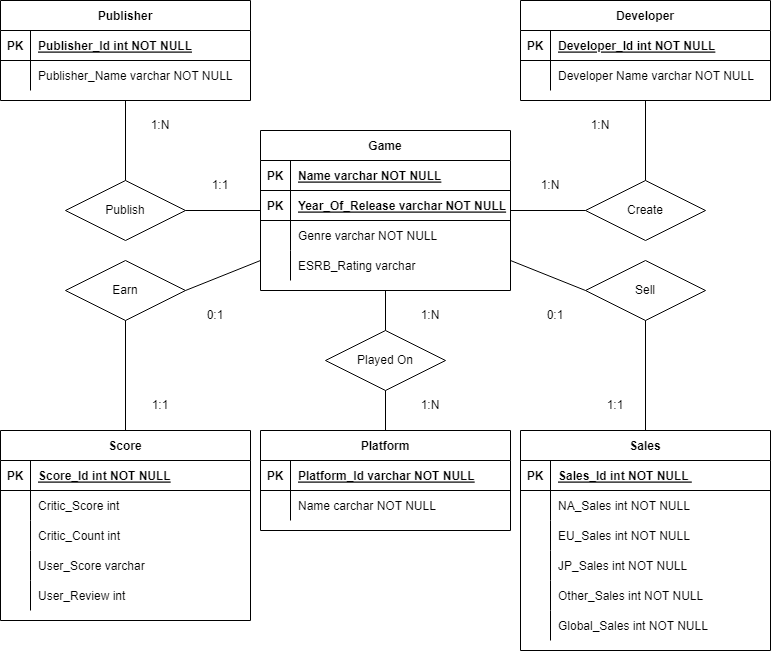
The draw.io diagram ER Diagram2.png in joshreed114/CSC325-Term_Project, before a commit. Source tidied: cells renumbered, new cells last; positions are measured from the earlier drawing's top-left corner, leaving out a move shared by most shapes.
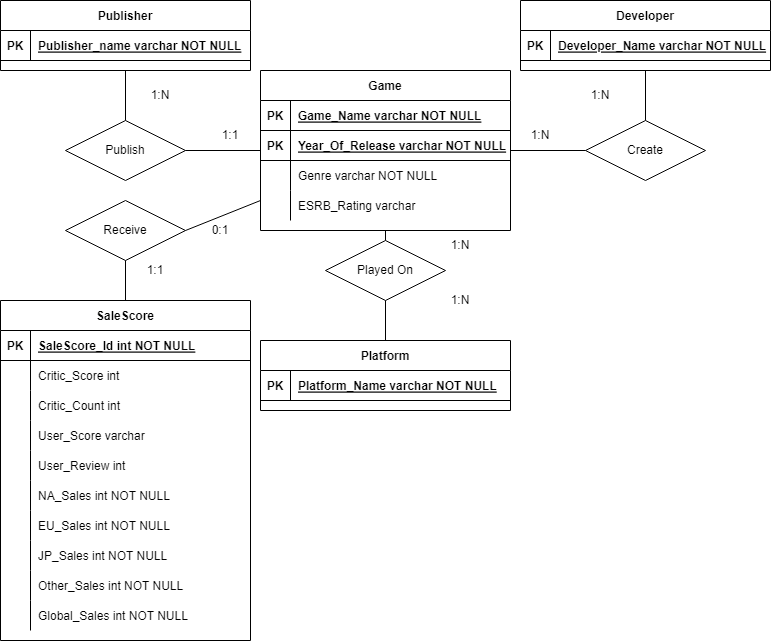
The same diagram one commit later.

What changed in the source:
```diff
@@ -5,3 +5,3 @@
     <mxCell id="2" value="Publisher" style="shape=table;startSize=30;rowLines=0;fontStyle=1;align=center;" parent="1" vertex="1">
-      <mxGeometry width="250" height="100" as="geometry" />
+      <mxGeometry width="250" height="70" as="geometry" />
     </mxCell>
@@ -13,16 +13,7 @@
     </mxCell>
-    <mxCell id="5" value="Publisher_Id int NOT NULL" style="shape=partialRectangle;overflow=hidden;fillColor=none;top=0;left=0;bottom=0;right=0;align=left;spacingLeft=6;fontStyle=5;" parent="3" vertex="1">
+    <mxCell id="5" value="Publisher_name varchar NOT NULL" style="shape=partialRectangle;overflow=hidden;fillColor=none;top=0;left=0;bottom=0;right=0;align=left;spacingLeft=6;fontStyle=5;" parent="3" vertex="1">
       <mxGeometry x="30" width="220" height="30" as="geometry" />
     </mxCell>
-    <mxCell id="6" style="shape=partialRectangle;fillColor=none;top=0;left=0;right=0;bottom=0;" parent="2" vertex="1">
-      <mxGeometry y="60" width="250" height="30" as="geometry" />
-    </mxCell>
-    <mxCell id="7" style="shape=partialRectangle;overflow=hidden;fillColor=none;top=0;left=0;bottom=0;right=0;" parent="6" vertex="1">
-      <mxGeometry width="30" height="30" as="geometry" />
-    </mxCell>
-    <mxCell id="8" value="Publisher_Name varchar NOT NULL" style="shape=partialRectangle;overflow=hidden;fillColor=none;top=0;left=0;bottom=0;right=0;align=left;spacingLeft=6;" parent="6" vertex="1">
-      <mxGeometry x="30" width="220" height="30" as="geometry" />
-    </mxCell>
     <mxCell id="9" value="Developer" style="shape=table;startSize=30;rowLines=0;fontStyle=1;align=center;" parent="1" vertex="1">
-      <mxGeometry x="520" width="250" height="100" as="geometry" />
+      <mxGeometry x="520" width="250" height="70" as="geometry" />
     </mxCell>
@@ -34,16 +25,7 @@
     </mxCell>
-    <mxCell id="12" value="Developer_Id int NOT NULL" style="shape=partialRectangle;overflow=hidden;fillColor=none;top=0;left=0;bottom=0;right=0;align=left;spacingLeft=6;fontStyle=5;" parent="10" vertex="1">
+    <mxCell id="12" value="Developer_Name varchar NOT NULL" style="shape=partialRectangle;overflow=hidden;fillColor=none;top=0;left=0;bottom=0;right=0;align=left;spacingLeft=6;fontStyle=5;" parent="10" vertex="1">
       <mxGeometry x="30" width="220" height="30" as="geometry" />
     </mxCell>
-    <mxCell id="13" style="shape=partialRectangle;fillColor=none;top=0;left=0;right=0;bottom=0;" parent="9" vertex="1">
-      <mxGeometry y="60" width="250" height="30" as="geometry" />
-    </mxCell>
-    <mxCell id="14" style="shape=partialRectangle;overflow=hidden;fillColor=none;top=0;left=0;bottom=0;right=0;" parent="13" vertex="1">
-      <mxGeometry width="30" height="30" as="geometry" />
-    </mxCell>
-    <mxCell id="15" value="Developer Name varchar NOT NULL" style="shape=partialRectangle;overflow=hidden;fillColor=none;top=0;left=0;bottom=0;right=0;align=left;spacingLeft=6;" parent="13" vertex="1">
-      <mxGeometry x="30" width="220" height="30" as="geometry" />
-    </mxCell>
     <mxCell id="16" value="Platform" style="shape=table;startSize=30;rowLines=0;fontStyle=1;align=center;" parent="1" vertex="1">
-      <mxGeometry x="260" y="430" width="250" height="100" as="geometry" />
+      <mxGeometry x="260" y="340" width="250" height="70" as="geometry" />
     </mxCell>
@@ -55,16 +37,7 @@
     </mxCell>
-    <mxCell id="19" value="Platform_Id varchar NOT NULL" style="shape=partialRectangle;overflow=hidden;fillColor=none;top=0;left=0;bottom=0;right=0;align=left;spacingLeft=6;fontStyle=5;" parent="17" vertex="1">
+    <mxCell id="19" value="Platform_Name varchar NOT NULL" style="shape=partialRectangle;overflow=hidden;fillColor=none;top=0;left=0;bottom=0;right=0;align=left;spacingLeft=6;fontStyle=5;" parent="17" vertex="1">
       <mxGeometry x="30" width="220" height="30" as="geometry" />
     </mxCell>
-    <mxCell id="20" style="shape=partialRectangle;fillColor=none;top=0;left=0;right=0;bottom=0;" parent="16" vertex="1">
-      <mxGeometry y="60" width="250" height="30" as="geometry" />
-    </mxCell>
-    <mxCell id="21" style="shape=partialRectangle;overflow=hidden;fillColor=none;top=0;left=0;bottom=0;right=0;" parent="20" vertex="1">
-      <mxGeometry width="30" height="30" as="geometry" />
-    </mxCell>
-    <mxCell id="22" value="Name carchar NOT NULL" style="shape=partialRectangle;overflow=hidden;fillColor=none;top=0;left=0;bottom=0;right=0;align=left;spacingLeft=6;" parent="20" vertex="1">
-      <mxGeometry x="30" width="220" height="30" as="geometry" />
-    </mxCell>
     <mxCell id="23" value="Game" style="shape=table;startSize=30;rowLines=0;fontStyle=1;align=center;" parent="1" vertex="1">
-      <mxGeometry x="260" y="130" width="250" height="160" as="geometry" />
+      <mxGeometry x="260" y="70" width="250" height="160" as="geometry" />
     </mxCell>
@@ -76,3 +49,3 @@
     </mxCell>
-    <mxCell id="26" value="Name varchar NOT NULL" style="shape=partialRectangle;overflow=hidden;fillColor=none;top=0;left=0;bottom=0;right=0;align=left;spacingLeft=6;fontStyle=5;" parent="24" vertex="1">
+    <mxCell id="26" value="Game_Name varchar NOT NULL" style="shape=partialRectangle;overflow=hidden;fillColor=none;top=0;left=0;bottom=0;right=0;align=left;spacingLeft=6;fontStyle=5;" parent="24" vertex="1">
       <mxGeometry x="30" width="220" height="30" as="geometry" />
@@ -82,5 +55,5 @@
     </mxCell>
-    <mxCell id="28" value="PK" style="shape=partialRectangle;overflow=hidden;fillColor=none;top=0;left=0;bottom=0;right=0;fontStyle=1;" parent="27" vertex="1">
-      <mxGeometry width="30" height="30" as="geometry" />
-    </mxCell>
+    <mxCell id="96" value="PK" style="shape=partialRectangle;overflow=hidden;fillColor=none;top=0;left=0;bottom=0;right=0;fontStyle=1;" parent="27" vertex="1">
+      <mxGeometry width="30" height="30" as="geometry" />
+    </mxCell>
     <mxCell id="29" value="Year_Of_Release varchar NOT NULL" style="shape=partialRectangle;overflow=hidden;fillColor=none;top=0;left=0;bottom=0;right=0;align=left;spacingLeft=6;fontStyle=5;" parent="27" vertex="1">
@@ -106,61 +79,4 @@
     </mxCell>
-    <mxCell id="36" value="Sales" style="shape=table;startSize=30;rowLines=0;fontStyle=1;align=center;" parent="1" vertex="1">
-      <mxGeometry x="520" y="430" width="250" height="220" as="geometry" />
-    </mxCell>
-    <mxCell id="37" style="shape=partialRectangle;fillColor=none;top=0;left=0;right=0;bottom=1;" parent="36" vertex="1">
-      <mxGeometry y="30" width="250" height="30" as="geometry" />
-    </mxCell>
-    <mxCell id="38" value="PK" style="shape=partialRectangle;overflow=hidden;fillColor=none;top=0;left=0;bottom=0;right=0;fontStyle=1;" parent="37" vertex="1">
-      <mxGeometry width="30" height="30" as="geometry" />
-    </mxCell>
-    <mxCell id="39" value="Sales_Id int NOT NULL " style="shape=partialRectangle;overflow=hidden;fillColor=none;top=0;left=0;bottom=0;right=0;align=left;spacingLeft=6;fontStyle=5;" parent="37" vertex="1">
-      <mxGeometry x="30" width="220" height="30" as="geometry" />
-    </mxCell>
-    <mxCell id="40" style="shape=partialRectangle;fillColor=none;top=0;left=0;right=0;bottom=0;" parent="36" vertex="1">
-      <mxGeometry y="60" width="250" height="30" as="geometry" />
-    </mxCell>
-    <mxCell id="41" style="shape=partialRectangle;overflow=hidden;fillColor=none;top=0;left=0;bottom=0;right=0;" parent="40" vertex="1">
-      <mxGeometry width="30" height="30" as="geometry" />
-    </mxCell>
-    <mxCell id="42" value="NA_Sales int NOT NULL" style="shape=partialRectangle;overflow=hidden;fillColor=none;top=0;left=0;bottom=0;right=0;align=left;spacingLeft=6;" parent="40" vertex="1">
-      <mxGeometry x="30" width="220" height="30" as="geometry" />
-    </mxCell>
-    <mxCell id="43" style="shape=partialRectangle;fillColor=none;top=0;left=0;right=0;bottom=0;" parent="36" vertex="1">
-      <mxGeometry y="90" width="250" height="30" as="geometry" />
-    </mxCell>
-    <mxCell id="44" style="shape=partialRectangle;overflow=hidden;fillColor=none;top=0;left=0;bottom=0;right=0;" parent="43" vertex="1">
-      <mxGeometry width="30" height="30" as="geometry" />
-    </mxCell>
-    <mxCell id="45" value="EU_Sales int NOT NULL" style="shape=partialRectangle;overflow=hidden;fillColor=none;top=0;left=0;bottom=0;right=0;align=left;spacingLeft=6;" parent="43" vertex="1">
-      <mxGeometry x="30" width="220" height="30" as="geometry" />
-    </mxCell>
-    <mxCell id="46" style="shape=partialRectangle;fillColor=none;top=0;left=0;right=0;bottom=0;" parent="36" vertex="1">
-      <mxGeometry y="120" width="250" height="30" as="geometry" />
-    </mxCell>
-    <mxCell id="47" style="shape=partialRectangle;overflow=hidden;fillColor=none;top=0;left=0;bottom=0;right=0;" parent="46" vertex="1">
-      <mxGeometry width="30" height="30" as="geometry" />
-    </mxCell>
-    <mxCell id="48" value="JP_Sales int NOT NULL" style="shape=partialRectangle;overflow=hidden;fillColor=none;top=0;left=0;bottom=0;right=0;align=left;spacingLeft=6;" parent="46" vertex="1">
-      <mxGeometry x="30" width="220" height="30" as="geometry" />
-    </mxCell>
-    <mxCell id="49" style="shape=partialRectangle;fillColor=none;top=0;left=0;right=0;bottom=0;" parent="36" vertex="1">
-      <mxGeometry y="150" width="250" height="30" as="geometry" />
-    </mxCell>
-    <mxCell id="50" style="shape=partialRectangle;overflow=hidden;fillColor=none;top=0;left=0;bottom=0;right=0;" parent="49" vertex="1">
-      <mxGeometry width="30" height="30" as="geometry" />
-    </mxCell>
-    <mxCell id="51" value="Other_Sales int NOT NULL" style="shape=partialRectangle;overflow=hidden;fillColor=none;top=0;left=0;bottom=0;right=0;align=left;spacingLeft=6;" parent="49" vertex="1">
-      <mxGeometry x="30" width="220" height="30" as="geometry" />
-    </mxCell>
-    <mxCell id="52" style="shape=partialRectangle;fillColor=none;top=0;left=0;right=0;bottom=0;" parent="36" vertex="1">
-      <mxGeometry y="180" width="250" height="30" as="geometry" />
-    </mxCell>
-    <mxCell id="53" style="shape=partialRectangle;overflow=hidden;fillColor=none;top=0;left=0;bottom=0;right=0;" parent="52" vertex="1">
-      <mxGeometry width="30" height="30" as="geometry" />
-    </mxCell>
-    <mxCell id="54" value="Global_Sales int NOT NULL" style="shape=partialRectangle;overflow=hidden;fillColor=none;top=0;left=0;bottom=0;right=0;align=left;spacingLeft=6;" parent="52" vertex="1">
-      <mxGeometry x="30" width="220" height="30" as="geometry" />
-    </mxCell>
-    <mxCell id="55" value="Score" style="shape=table;startSize=30;rowLines=0;fontStyle=1;align=center;" parent="1" vertex="1">
-      <mxGeometry y="430" width="250" height="190" as="geometry" />
+    <mxCell id="55" value="SaleScore" style="shape=table;startSize=30;rowLines=0;fontStyle=1;align=center;" parent="1" vertex="1">
+      <mxGeometry y="300" width="250" height="340" as="geometry" />
     </mxCell>
@@ -172,3 +88,3 @@
     </mxCell>
-    <mxCell id="58" value="Score_Id int NOT NULL" style="shape=partialRectangle;overflow=hidden;fillColor=none;top=0;left=0;bottom=0;right=0;align=left;spacingLeft=6;fontStyle=5;" parent="56" vertex="1">
+    <mxCell id="58" value="SaleScore_Id int NOT NULL" style="shape=partialRectangle;overflow=hidden;fillColor=none;top=0;left=0;bottom=0;right=0;align=left;spacingLeft=6;fontStyle=5;" parent="56" vertex="1">
       <mxGeometry x="30" width="220" height="30" as="geometry" />
@@ -211,4 +127,49 @@
     </mxCell>
+    <mxCell id="52" style="shape=partialRectangle;fillColor=none;top=0;left=0;right=0;bottom=0;" parent="55" vertex="1">
+      <mxGeometry y="180" width="250" height="30" as="geometry" />
+    </mxCell>
+    <mxCell id="97" style="shape=partialRectangle;overflow=hidden;fillColor=none;top=0;left=0;bottom=0;right=0;" parent="52" vertex="1">
+      <mxGeometry width="30" height="30" as="geometry" />
+    </mxCell>
+    <mxCell id="42" value="NA_Sales int NOT NULL" style="shape=partialRectangle;overflow=hidden;fillColor=none;top=0;left=0;bottom=0;right=0;align=left;spacingLeft=6;" parent="52" vertex="1">
+      <mxGeometry x="30" width="220" height="30" as="geometry" />
+    </mxCell>
+    <mxCell id="98" style="shape=partialRectangle;fillColor=none;top=0;left=0;right=0;bottom=0;" parent="55" vertex="1">
+      <mxGeometry y="210" width="250" height="30" as="geometry" />
+    </mxCell>
+    <mxCell id="99" style="shape=partialRectangle;overflow=hidden;fillColor=none;top=0;left=0;bottom=0;right=0;" parent="98" vertex="1">
+      <mxGeometry width="30" height="30" as="geometry" />
+    </mxCell>
+    <mxCell id="45" value="EU_Sales int NOT NULL" style="shape=partialRectangle;overflow=hidden;fillColor=none;top=0;left=0;bottom=0;right=0;align=left;spacingLeft=6;" parent="98" vertex="1">
+      <mxGeometry x="30" width="220" height="30" as="geometry" />
+    </mxCell>
+    <mxCell id="100" style="shape=partialRectangle;fillColor=none;top=0;left=0;right=0;bottom=0;" parent="55" vertex="1">
+      <mxGeometry y="240" width="250" height="30" as="geometry" />
+    </mxCell>
+    <mxCell id="101" style="shape=partialRectangle;overflow=hidden;fillColor=none;top=0;left=0;bottom=0;right=0;" parent="100" vertex="1">
+      <mxGeometry width="30" height="30" as="geometry" />
+    </mxCell>
+    <mxCell id="48" value="JP_Sales int NOT NULL" style="shape=partialRectangle;overflow=hidden;fillColor=none;top=0;left=0;bottom=0;right=0;align=left;spacingLeft=6;" parent="100" vertex="1">
+      <mxGeometry x="30" width="220" height="30" as="geometry" />
+    </mxCell>
+    <mxCell id="102" style="shape=partialRectangle;fillColor=none;top=0;left=0;right=0;bottom=0;" parent="55" vertex="1">
+      <mxGeometry y="270" width="250" height="30" as="geometry" />
+    </mxCell>
+    <mxCell id="103" style="shape=partialRectangle;overflow=hidden;fillColor=none;top=0;left=0;bottom=0;right=0;" parent="102" vertex="1">
+      <mxGeometry width="30" height="30" as="geometry" />
+    </mxCell>
+    <mxCell id="51" value="Other_Sales int NOT NULL" style="shape=partialRectangle;overflow=hidden;fillColor=none;top=0;left=0;bottom=0;right=0;align=left;spacingLeft=6;" parent="102" vertex="1">
+      <mxGeometry x="30" width="220" height="30" as="geometry" />
+    </mxCell>
+    <mxCell id="104" style="shape=partialRectangle;fillColor=none;top=0;left=0;right=0;bottom=0;" parent="55" vertex="1">
+      <mxGeometry y="300" width="250" height="30" as="geometry" />
+    </mxCell>
+    <mxCell id="105" style="shape=partialRectangle;overflow=hidden;fillColor=none;top=0;left=0;bottom=0;right=0;" parent="104" vertex="1">
+      <mxGeometry width="30" height="30" as="geometry" />
+    </mxCell>
+    <mxCell id="54" value="Global_Sales int NOT NULL" style="shape=partialRectangle;overflow=hidden;fillColor=none;top=0;left=0;bottom=0;right=0;align=left;spacingLeft=6;" parent="104" vertex="1">
+      <mxGeometry x="30" width="220" height="30" as="geometry" />
+    </mxCell>
     <mxCell id="71" value="Publish" style="rhombus;whiteSpace=wrap;html=1;" parent="1" vertex="1">
-      <mxGeometry x="65" y="180" width="120" height="60" as="geometry" />
+      <mxGeometry x="65" y="120" width="120" height="60" as="geometry" />
     </mxCell>
@@ -221,3 +182,3 @@
     <mxCell id="74" value="Create" style="rhombus;whiteSpace=wrap;html=1;" parent="1" vertex="1">
-      <mxGeometry x="585" y="180" width="120" height="60" as="geometry" />
+      <mxGeometry x="585" y="120" width="120" height="60" as="geometry" />
     </mxCell>
@@ -229,11 +190,8 @@
     </mxCell>
-    <mxCell id="77" value="Earn" style="rhombus;whiteSpace=wrap;html=1;" parent="1" vertex="1">
-      <mxGeometry x="65" y="260" width="120" height="60" as="geometry" />
+    <mxCell id="77" value="Receive" style="rhombus;whiteSpace=wrap;html=1;" parent="1" vertex="1">
+      <mxGeometry x="65" y="200" width="120" height="60" as="geometry" />
     </mxCell>
     <mxCell id="78" value="Played On" style="rhombus;whiteSpace=wrap;html=1;" parent="1" vertex="1">
-      <mxGeometry x="325" y="330" width="120" height="60" as="geometry" />
+      <mxGeometry x="325" y="240" width="120" height="60" as="geometry" />
     </mxCell>
-    <mxCell id="79" value="Sell" style="rhombus;whiteSpace=wrap;html=1;" parent="1" vertex="1">
-      <mxGeometry x="585" y="260" width="120" height="60" as="geometry" />
-    </mxCell>
     <mxCell id="80" style="endArrow=none;html=1;rounded=0;exitX=0.5;exitY=0;exitDx=0;exitDy=0;" parent="1" edge="1" source="78" target="23">
@@ -244,5 +202,2 @@
     </mxCell>
-    <mxCell id="82" style="endArrow=none;html=1;rounded=0;exitX=0;exitY=0.5;exitDx=0;exitDy=0;" parent="1" edge="1" source="79" target="23">
-      <mxGeometry relative="1" as="geometry" />
-    </mxCell>
     <mxCell id="83" style="endArrow=none;html=1;rounded=0;entryX=0.5;entryY=1;entryDx=0;entryDy=0;" parent="1" edge="1" source="55" target="77">
@@ -253,34 +208,25 @@
     </mxCell>
-    <mxCell id="85" style="endArrow=none;html=1;rounded=0;entryX=0.5;entryY=1;entryDx=0;entryDy=0;" parent="1" edge="1" source="36" target="79">
-      <mxGeometry relative="1" as="geometry" />
-    </mxCell>
     <mxCell id="86" value="1:1" style="text;html=1;strokeColor=none;fillColor=none;align=center;verticalAlign=middle;whiteSpace=wrap;rounded=0;" parent="1" vertex="1">
-      <mxGeometry x="190" y="170" width="60" height="30" as="geometry" />
+      <mxGeometry x="200" y="120" width="60" height="30" as="geometry" />
     </mxCell>
     <mxCell id="87" value="1:N" style="text;html=1;strokeColor=none;fillColor=none;align=center;verticalAlign=middle;whiteSpace=wrap;rounded=0;" parent="1" vertex="1">
-      <mxGeometry x="130" y="110" width="60" height="30" as="geometry" />
+      <mxGeometry x="130" y="80" width="60" height="30" as="geometry" />
     </mxCell>
     <mxCell id="88" value="1:N" style="text;html=1;strokeColor=none;fillColor=none;align=center;verticalAlign=middle;whiteSpace=wrap;rounded=0;" parent="1" vertex="1">
-      <mxGeometry x="570" y="110" width="60" height="30" as="geometry" />
+      <mxGeometry x="570" y="80" width="60" height="30" as="geometry" />
     </mxCell>
     <mxCell id="89" value="1:N" style="text;html=1;strokeColor=none;fillColor=none;align=center;verticalAlign=middle;whiteSpace=wrap;rounded=0;" parent="1" vertex="1">
-      <mxGeometry x="520" y="170" width="60" height="30" as="geometry" />
+      <mxGeometry x="510" y="120" width="60" height="30" as="geometry" />
     </mxCell>
     <mxCell id="90" value="0:1" style="text;html=1;strokeColor=none;fillColor=none;align=center;verticalAlign=middle;whiteSpace=wrap;rounded=0;" parent="1" vertex="1">
-      <mxGeometry x="185" y="300" width="60" height="30" as="geometry" />
+      <mxGeometry x="190" y="215" width="60" height="30" as="geometry" />
     </mxCell>
-    <mxCell id="91" value="0:1" style="text;html=1;strokeColor=none;fillColor=none;align=center;verticalAlign=middle;whiteSpace=wrap;rounded=0;" parent="1" vertex="1">
-      <mxGeometry x="525" y="300" width="60" height="30" as="geometry" />
-    </mxCell>
     <mxCell id="92" value="1:1" style="text;html=1;strokeColor=none;fillColor=none;align=center;verticalAlign=middle;whiteSpace=wrap;rounded=0;" parent="1" vertex="1">
-      <mxGeometry x="130" y="390" width="60" height="30" as="geometry" />
+      <mxGeometry x="125" y="255" width="60" height="30" as="geometry" />
     </mxCell>
-    <mxCell id="93" value="1:1" style="text;html=1;strokeColor=none;fillColor=none;align=center;verticalAlign=middle;whiteSpace=wrap;rounded=0;" parent="1" vertex="1">
-      <mxGeometry x="585" y="390" width="60" height="30" as="geometry" />
-    </mxCell>
     <mxCell id="94" value="1:N" style="text;html=1;strokeColor=none;fillColor=none;align=center;verticalAlign=middle;whiteSpace=wrap;rounded=0;" parent="1" vertex="1">
-      <mxGeometry x="400" y="300" width="60" height="30" as="geometry" />
+      <mxGeometry x="430" y="230" width="60" height="30" as="geometry" />
     </mxCell>
     <mxCell id="95" value="1:N" style="text;html=1;strokeColor=none;fillColor=none;align=center;verticalAlign=middle;whiteSpace=wrap;rounded=0;" parent="1" vertex="1">
-      <mxGeometry x="400" y="390" width="60" height="30" as="geometry" />
+      <mxGeometry x="430" y="285" width="60" height="30" as="geometry" />
     </mxCell>
```
